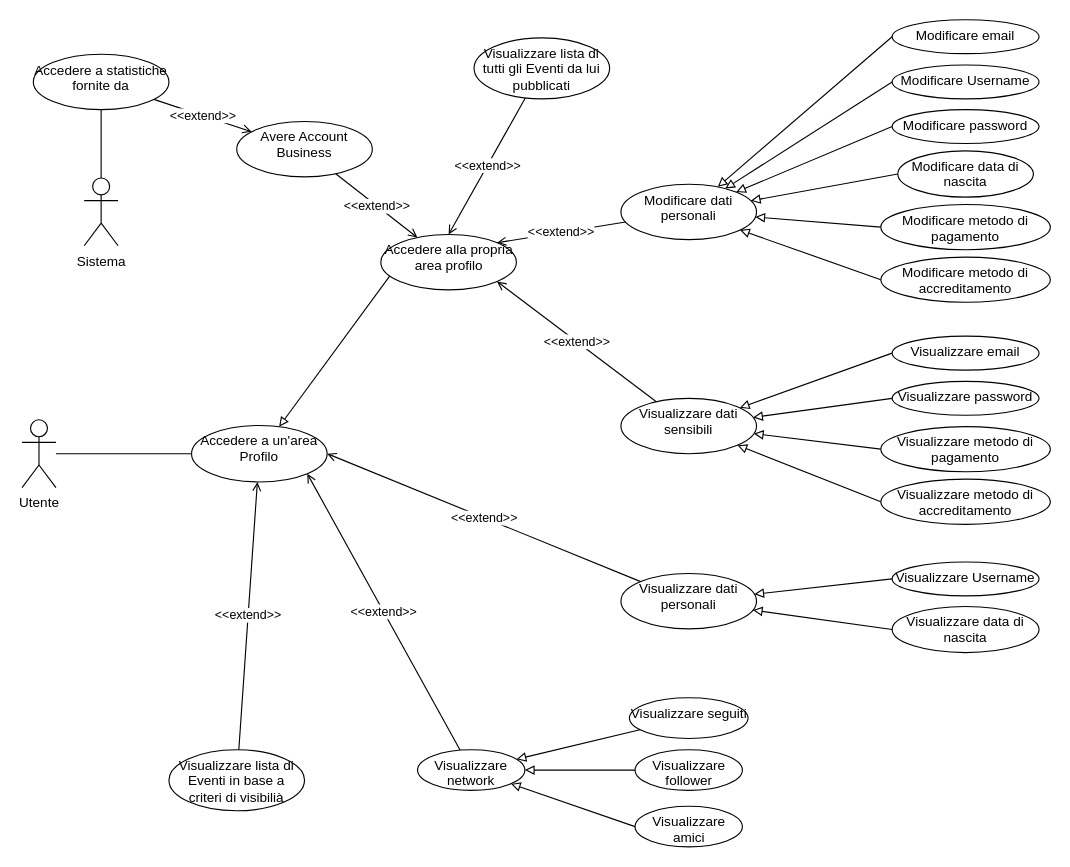
4spot-team/documentation keeps this draw.io diagram as UseCase/RF04_Profilo/Profilo.drawio. Above is the earlier version. Source tidied: cells renumbered, new cells numbered last; positions are measured from the earlier drawing's top-left corner, leaving out a move shared by most shapes. Both pictures are drawn from the tidied source at 113%, with x=0, y=0 at pixel (21, 19).
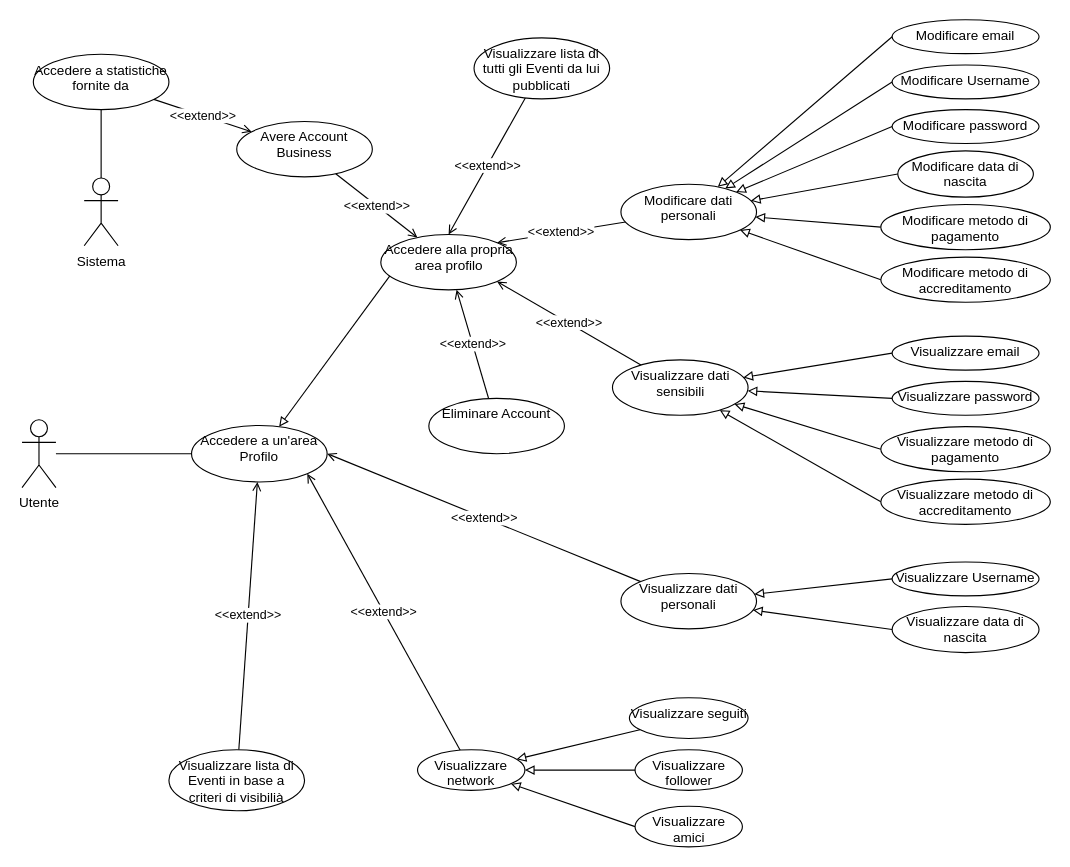
Above is the later version.

Commit message (it also covers changes not shown here):
Add deelte account.

The change refers to these unchanged cells:
```xml
<mxCell id="20" value="Accedere alla propria area profilo" style="ellipse;whiteSpace=wrap;html=1;verticalAlign=top;" parent="1" vertex="1">
  <mxGeometry x="317.5" y="190" width="120" height="49" as="geometry" />
</mxCell>
```

Diff of the diagram source:
```diff
@@
+    <mxCell id="55" value="&amp;lt;&amp;lt;extend&amp;gt;&amp;gt;" style="rounded=0;jettySize=auto;html=1;endArrow=open;endFill=0;" parent="1" edge="1" source="56" target="20">
+      <mxGeometry relative="1" as="geometry" />
+    </mxCell>
@@
     <mxCell id="26" value="Visualizzare dati sensibili" style="ellipse;whiteSpace=wrap;html=1;verticalAlign=top;" parent="1" vertex="1">
-      <mxGeometry x="530" y="335" width="120" height="49" as="geometry" />
+      <mxGeometry x="522.5" y="301" width="120" height="49" as="geometry" />
     </mxCell>
@@
+    <mxCell id="56" value="Eliminare Account" style="ellipse;whiteSpace=wrap;html=1;verticalAlign=top;" parent="1" vertex="1">
+      <mxGeometry x="360" y="335" width="120" height="49" as="geometry" />
+    </mxCell>
```
